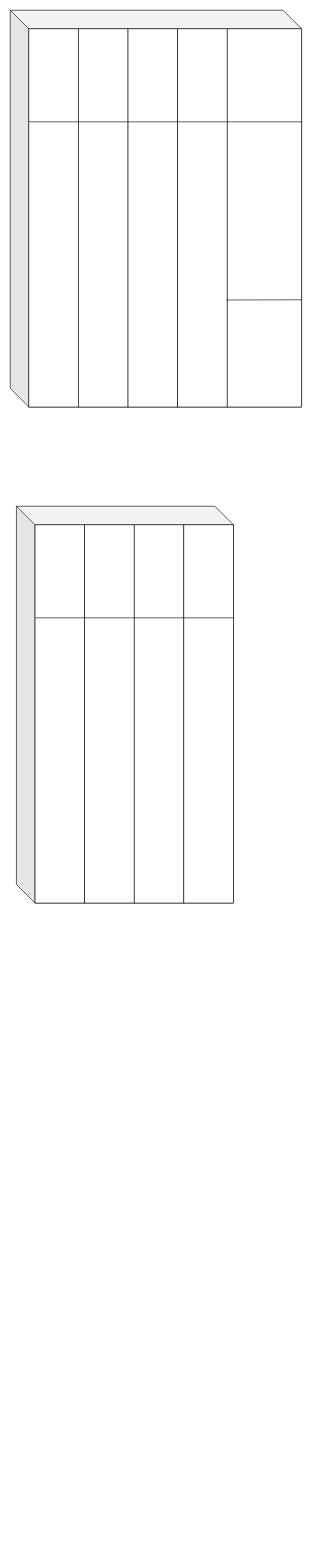
The draw.io diagram 162806-robe.drawio in gurenGithub/ddd, before the edit. Source tidied: cells renumbered, new cells numbered last; positions are measured from the earlier drawing's top-left corner, leaving out a move shared by most shapes. Both pictures are drawn from the tidied source at 62%, with x=0, y=0 at pixel (10, 10).
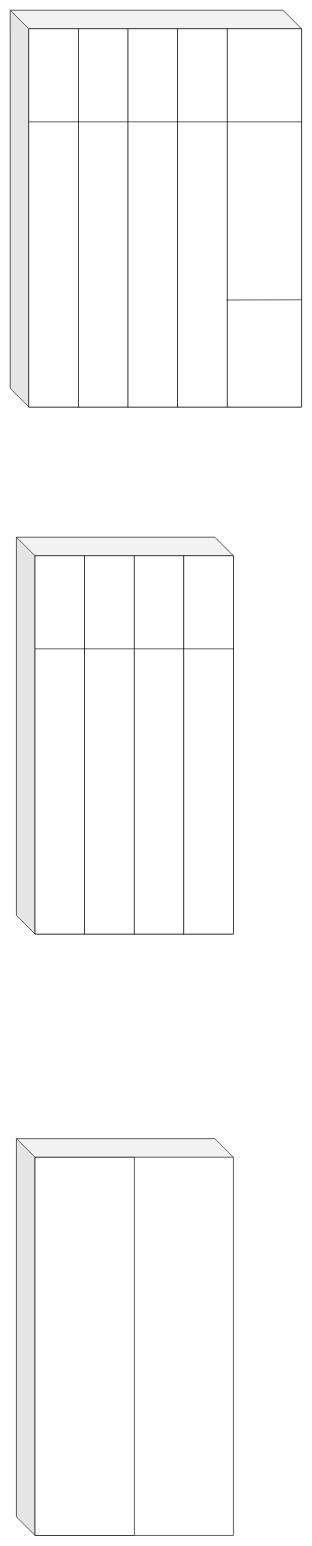
The same diagram, later.

Diff of the diagram source:
```diff
@@
     <mxCell id="10" style="shape=cube;whiteSpace=wrap;html=1;boundedLbl=1;backgroundOutline=1;darkOpacity=0.05;darkOpacity2=0.1;size=30;" parent="1" vertex="1">
-      <mxGeometry x="10" y="800" width="350" height="640" as="geometry" />
+      <mxGeometry x="10" y="850" width="350" height="640" as="geometry" />
     </mxCell>
     <mxCell id="11" style="rounded=0;whiteSpace=wrap;html=1;" parent="1" vertex="1">
-      <mxGeometry x="40" y="830" width="80" height="610" as="geometry" />
+      <mxGeometry x="40" y="880" width="80" height="610" as="geometry" />
     </mxCell>
     <mxCell id="12" style="rounded=0;whiteSpace=wrap;html=1;" parent="1" vertex="1">
-      <mxGeometry x="120" y="830" width="80" height="610" as="geometry" />
+      <mxGeometry x="120" y="880" width="80" height="610" as="geometry" />
     </mxCell>
     <mxCell id="13" style="rounded=0;whiteSpace=wrap;html=1;" parent="1" vertex="1">
-      <mxGeometry x="200" y="830" width="80" height="610" as="geometry" />
+      <mxGeometry x="200" y="880" width="80" height="610" as="geometry" />
     </mxCell>
     <mxCell id="14" style="rounded=0;whiteSpace=wrap;html=1;" parent="1" vertex="1">
-      <mxGeometry x="280" y="830" width="80" height="610" as="geometry" />
+      <mxGeometry x="280" y="880" width="80" height="610" as="geometry" />
     </mxCell>
     <mxCell id="15" style="endArrow=none;html=1;" parent="1" edge="1">
       <mxGeometry relative="1" as="geometry">
-        <mxPoint x="40" y="980" as="sourcePoint" />
-        <mxPoint x="360" y="980" as="targetPoint" />
+        <mxPoint x="40" y="1030" as="sourcePoint" />
+        <mxPoint x="360" y="1030" as="targetPoint" />
       </mxGeometry>
     </mxCell>
+    <mxCell id="16" style="shape=cube;whiteSpace=wrap;html=1;boundedLbl=1;backgroundOutline=1;darkOpacity=0.05;darkOpacity2=0.1;size=30;" parent="1" vertex="1">
+      <mxGeometry x="10" y="1820" width="350" height="640" as="geometry" />
+    </mxCell>
+    <mxCell id="17" style="rounded=0;whiteSpace=wrap;html=1;" parent="1" vertex="1">
+      <mxGeometry x="40" y="1850" width="160" height="610" as="geometry" />
+    </mxCell>
```
